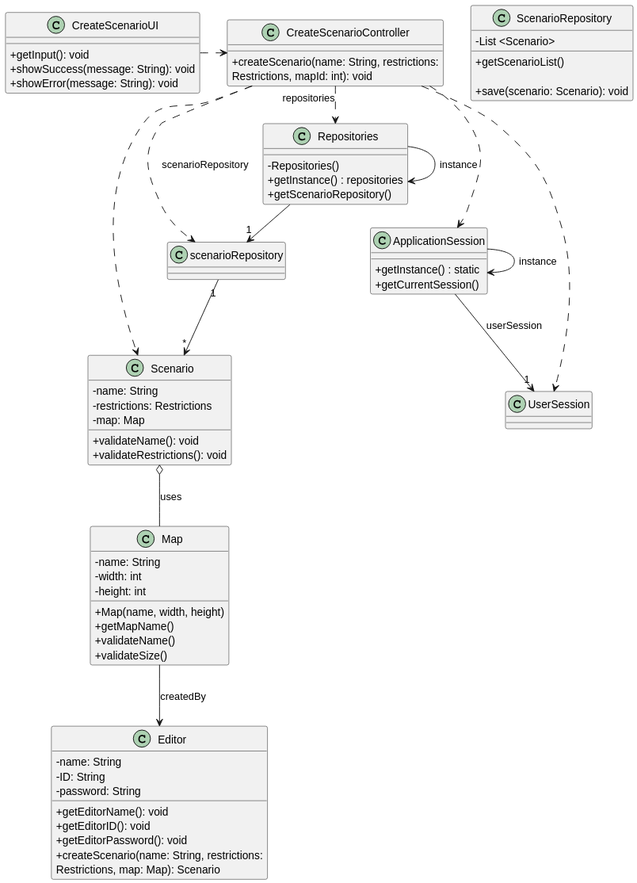
Above: docs/sprint2/us004/03.design/svg/us004-class-diagram.svg in ivasduarte/all-aboard (PlantUML), before the change.
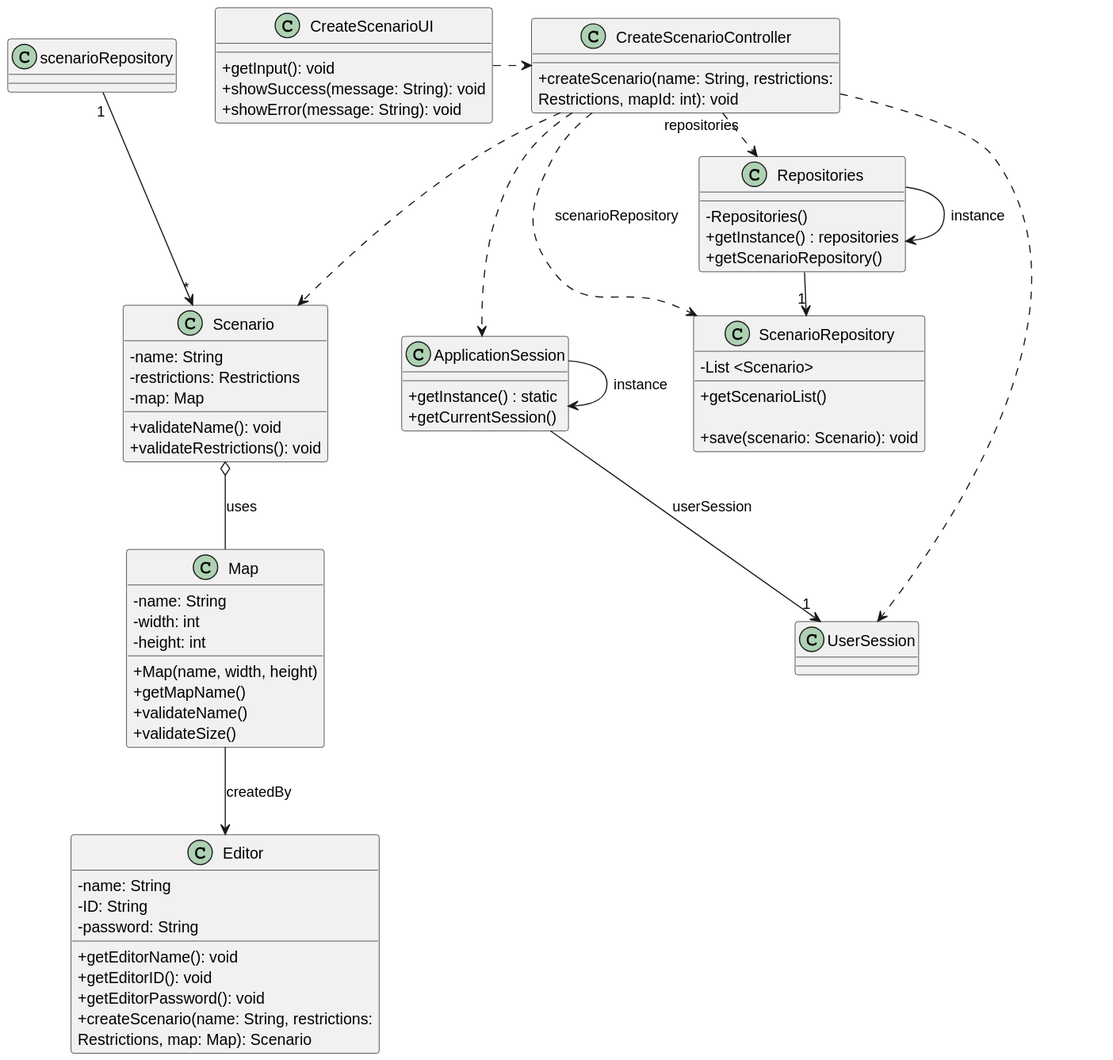
After the commit.

Commit message:
US001 & US004(docs): changes in class diagrams

What changed in the source:
```diff
@@ -67,9 +67,9 @@
 CreateScenarioUI .> CreateScenarioController
 CreateScenarioController .> Repositories : repositories
 
-Repositories -> "1" scenarioRepository
+Repositories -> "1" ScenarioRepository
 CreateScenarioController ..> Scenario
-CreateScenarioController ..> scenarioRepository : scenarioRepository
+CreateScenarioController ..> ScenarioRepository : scenarioRepository
 
 ApplicationSession --> "1" UserSession : userSession
 
```
